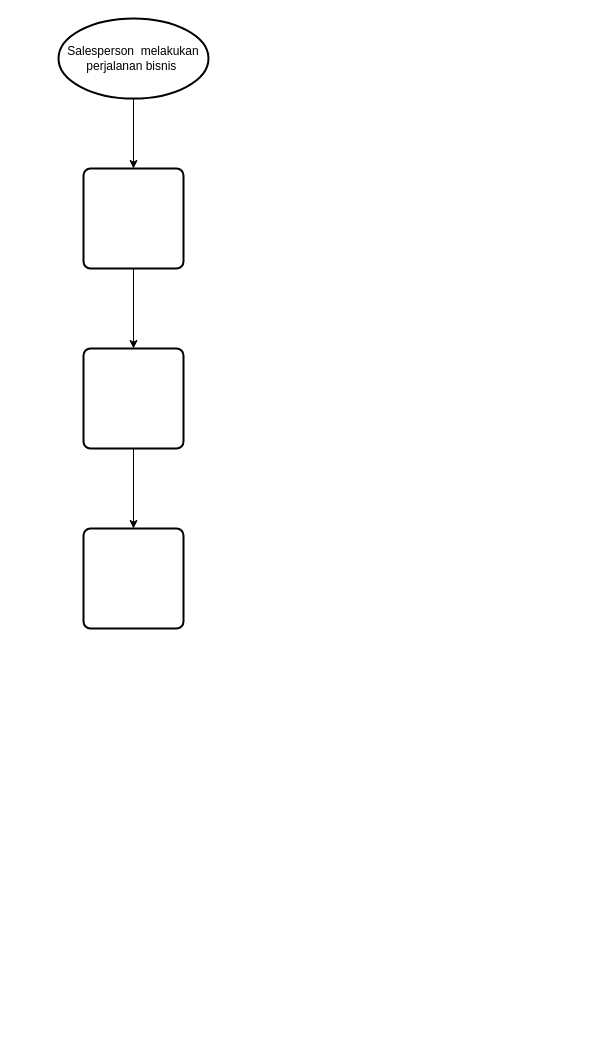
The draw.io diagram wsfittercoba.drawio in thirza258/draw.io, before the edit. Source tidied: cells renumbered, new cells numbered last; positions are measured from the earlier drawing's top-left corner, leaving out a move shared by most shapes. Both pictures are drawn from the tidied source at 100%, with x=0, y=0 at pixel (58, 18).
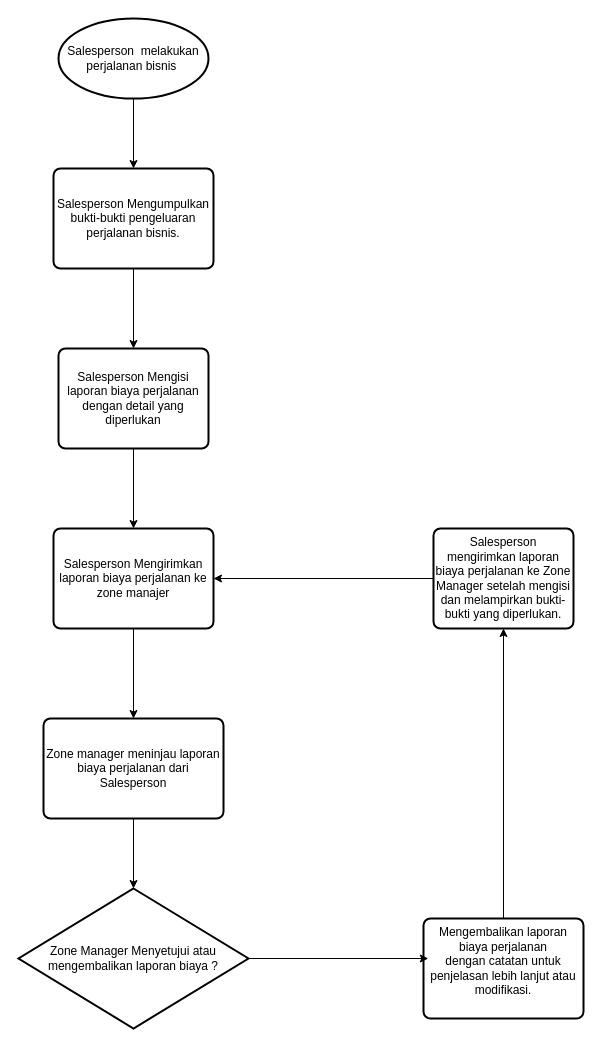
The same diagram, later.

Change to the diagram source:
```diff
@@
 <mxGraphModel>
   <root>
     <mxCell id="0" />
     <mxCell id="1" parent="0" />
     <mxCell id="2" style="edgeStyle=orthogonalEdgeStyle;rounded=0;jettySize=auto;html=1;" parent="1" edge="1" source="3" target="5">
       <mxGeometry relative="1" as="geometry" />
     </mxCell>
     <mxCell id="3" value="Salesperson&amp;nbsp; melakukan perjalanan bisnis&amp;nbsp;" style="strokeWidth=2;html=1;shape=mxgraph.flowchart.start_1;whiteSpace=wrap;" parent="1" vertex="1">
       <mxGeometry width="150" height="80" as="geometry" />
     </mxCell>
     <mxCell id="4" style="edgeStyle=orthogonalEdgeStyle;rounded=0;jettySize=auto;html=1;" parent="1" edge="1" source="5" target="7">
       <mxGeometry relative="1" as="geometry" />
     </mxCell>
-    <mxCell id="5" style="rounded=1;whiteSpace=wrap;html=1;absoluteArcSize=1;arcSize=14;strokeWidth=2;" parent="1" vertex="1">
-      <mxGeometry x="25" y="150" width="100" height="100" as="geometry" />
+    <mxCell id="5" value="Salesperson&amp;nbsp;Mengumpulkan bukti-bukti pengeluaran perjalanan bisnis." style="rounded=1;whiteSpace=wrap;html=1;absoluteArcSize=1;arcSize=14;strokeWidth=2;" parent="1" vertex="1">
+      <mxGeometry x="-5" y="150" width="160" height="100" as="geometry" />
     </mxCell>
     <mxCell id="6" style="edgeStyle=orthogonalEdgeStyle;rounded=0;jettySize=auto;html=1;" parent="1" edge="1" source="7" target="8">
       <mxGeometry relative="1" as="geometry" />
     </mxCell>
-    <mxCell id="7" style="rounded=1;whiteSpace=wrap;html=1;absoluteArcSize=1;arcSize=14;strokeWidth=2;" parent="1" vertex="1">
-      <mxGeometry x="25" y="330" width="100" height="100" as="geometry" />
+    <mxCell id="7" value="Salesperson Mengisi laporan biaya perjalanan dengan detail yang diperlukan" style="rounded=1;whiteSpace=wrap;html=1;absoluteArcSize=1;arcSize=14;strokeWidth=2;" parent="1" vertex="1">
+      <mxGeometry y="330" width="150" height="100" as="geometry" />
     </mxCell>
+    <mxCell id="9" style="edgeStyle=orthogonalEdgeStyle;rounded=0;jettySize=auto;html=1;" parent="1" edge="1" source="8" target="11">
+      <mxGeometry relative="1" as="geometry" />
+    </mxCell>
-    <mxCell id="8" style="rounded=1;whiteSpace=wrap;html=1;absoluteArcSize=1;arcSize=14;strokeWidth=2;" parent="1" vertex="1">
-      <mxGeometry x="25" y="510" width="100" height="100" as="geometry" />
+    <mxCell id="8" value="Salesperson&amp;nbsp;Mengirimkan laporan biaya perjalanan ke zone manajer" style="rounded=1;whiteSpace=wrap;html=1;absoluteArcSize=1;arcSize=14;strokeWidth=2;" parent="1" vertex="1">
+      <mxGeometry x="-5" y="510" width="160" height="100" as="geometry" />
     </mxCell>
+    <mxCell id="10" style="edgeStyle=orthogonalEdgeStyle;rounded=0;jettySize=auto;html=1;" parent="1" edge="1" source="11" target="12">
+      <mxGeometry relative="1" as="geometry" />
+    </mxCell>
+    <mxCell id="11" value="Zone manager meninjau laporan biaya perjalanan dari Salesperson" style="rounded=1;whiteSpace=wrap;html=1;absoluteArcSize=1;arcSize=14;strokeWidth=2;" parent="1" vertex="1">
+      <mxGeometry x="-15" y="700" width="180" height="100" as="geometry" />
+    </mxCell>
+    <mxCell id="12" value="&lt;div style=&quot;&quot;&gt;&lt;span style=&quot;background-color: initial;&quot;&gt;Zone Manager Menyetujui atau mengembalikan laporan biaya ?&lt;/span&gt;&lt;/div&gt;" style="strokeWidth=2;html=1;shape=mxgraph.flowchart.decision;whiteSpace=wrap;align=center;" parent="1" vertex="1">
+      <mxGeometry x="-40" y="870" width="230" height="140" as="geometry" />
+    </mxCell>
+    <mxCell id="13" style="edgeStyle=orthogonalEdgeStyle;rounded=0;jettySize=auto;html=1;entryX=0.5;entryY=1;entryDx=0;entryDy=0;" parent="1" edge="1" source="14" target="17">
+      <mxGeometry relative="1" as="geometry" />
+    </mxCell>
+    <mxCell id="14" value="Mengembalikan laporan biaya perjalanan dengan&amp;nbsp;catatan untuk penjelasan lebih lanjut atau modifikasi.&lt;br&gt;&amp;nbsp;" style="rounded=1;whiteSpace=wrap;html=1;absoluteArcSize=1;arcSize=14;strokeWidth=2;" parent="1" vertex="1">
+      <mxGeometry x="365" y="900" width="160" height="100" as="geometry" />
+    </mxCell>
+    <mxCell id="15" style="edgeStyle=orthogonalEdgeStyle;rounded=0;jettySize=auto;html=1;entryX=0.03;entryY=0.4;entryDx=0;entryDy=0;entryPerimeter=0;" parent="1" edge="1" source="12" target="14">
+      <mxGeometry relative="1" as="geometry" />
+    </mxCell>
+    <mxCell id="16" style="edgeStyle=orthogonalEdgeStyle;rounded=0;jettySize=auto;html=1;" parent="1" edge="1" source="17" target="8">
+      <mxGeometry relative="1" as="geometry" />
+    </mxCell>
+    <mxCell id="17" value="Salesperson mengirimkan laporan biaya perjalanan ke Zone Manager setelah mengisi dan melampirkan bukti-bukti yang diperlukan." style="rounded=1;whiteSpace=wrap;html=1;absoluteArcSize=1;arcSize=14;strokeWidth=2;" parent="1" vertex="1">
+      <mxGeometry x="375" y="510" width="140" height="100" as="geometry" />
+    </mxCell>
   </root>
 </mxGraphModel>
```
